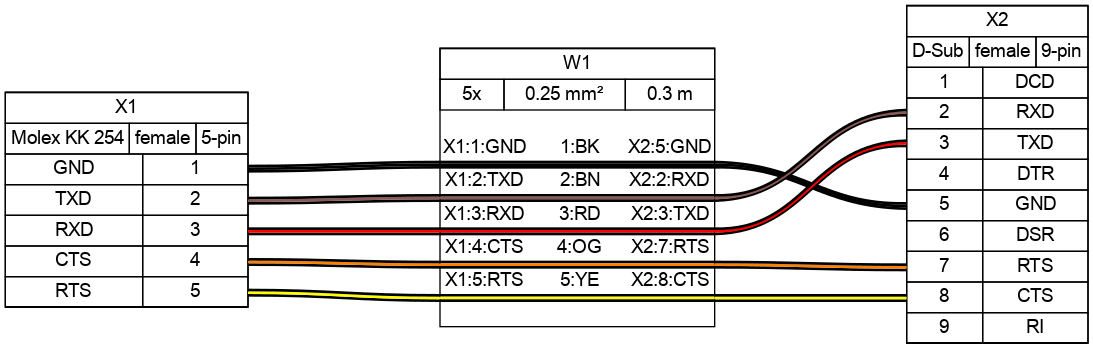
Above: YOGA_GPIB/Doc/uart-conn.png in mschwingen/hardware (Graphviz), before the change. Its source is kept beside it as YOGA_GPIB/Doc/uart-conn.gv.
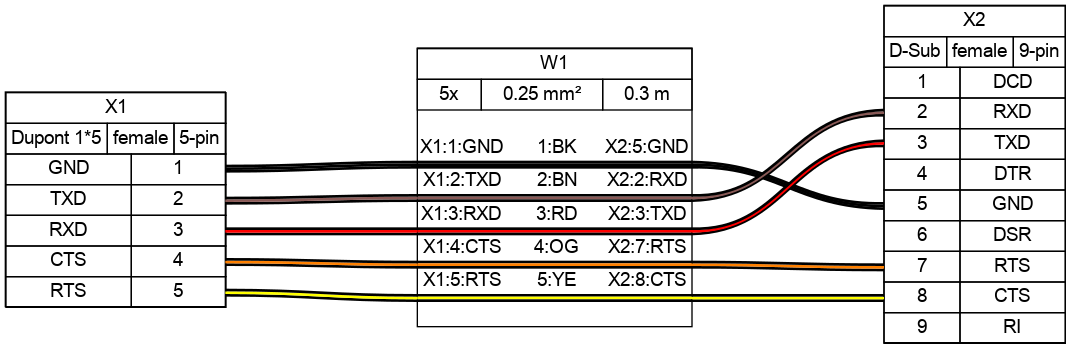
After the change.

Diff of the diagram source:
```diff
@@ -67,7 +67,7 @@
  </td></tr>
  <tr><td>
   <table border="0" cellspacing="0" cellpadding="3" cellborder="1"><tr>
-   <td balign="left">Molex KK 254</td>
+   <td balign="left">Dupont 1*5</td>
    <td balign="left">female</td>
    <td balign="left">5-pin</td>
   </tr></table>
```
